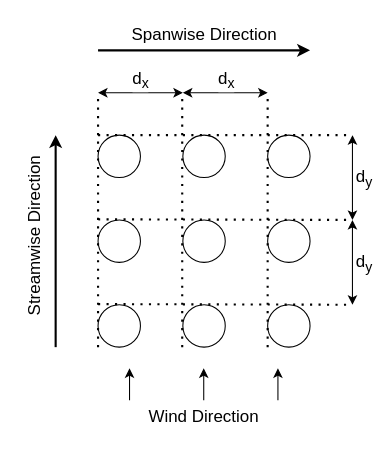
Before: Thesis A/Diagrams.net Files/spacing_diagram.drawio in nathansivalingam/mechanical-engineering-thesis-a, a draw.io diagram. Source tidied: cells renumbered, new cells numbered last; positions are measured from the earlier drawing's top-left corner, leaving out a move shared by most shapes. Both pictures are drawn from the tidied source at 106%, with x=0, y=0 at pixel (-51, 18).
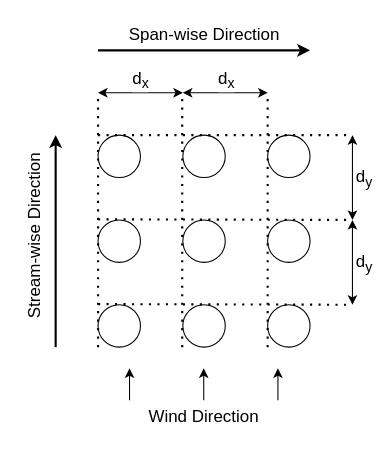
The same page after the edit.

The edit, as a diff of the source:
```diff
@@
-    <mxCell id="27" value="&lt;font style=&quot;font-size: 16px;&quot;&gt;Spanwise Direction&lt;/font&gt;" style="text;html=1;align=center;verticalAlign=middle;whiteSpace=wrap;rounded=0;" parent="1" vertex="1">
+    <mxCell id="27" value="&lt;font style=&quot;font-size: 16px;&quot;&gt;Span-wise Direction&lt;/font&gt;" style="text;html=1;align=center;verticalAlign=middle;whiteSpace=wrap;rounded=0;" parent="1" vertex="1">
       <mxGeometry x="157.5" width="165" height="30" as="geometry" />
     </mxCell>
-    <mxCell id="28" value="&lt;font style=&quot;font-size: 16px;&quot;&gt;Streamwise Direction&lt;/font&gt;" style="text;html=1;align=center;verticalAlign=middle;whiteSpace=wrap;rounded=0;rotation=-90;" parent="1" vertex="1">
+    <mxCell id="28" value="&lt;font style=&quot;font-size: 16px;&quot;&gt;Stream-wise Direction&lt;/font&gt;" style="text;html=1;align=center;verticalAlign=middle;whiteSpace=wrap;rounded=0;rotation=-90;" parent="1" vertex="1">
       <mxGeometry y="190" width="160" height="30" as="geometry" />
     </mxCell>
```
